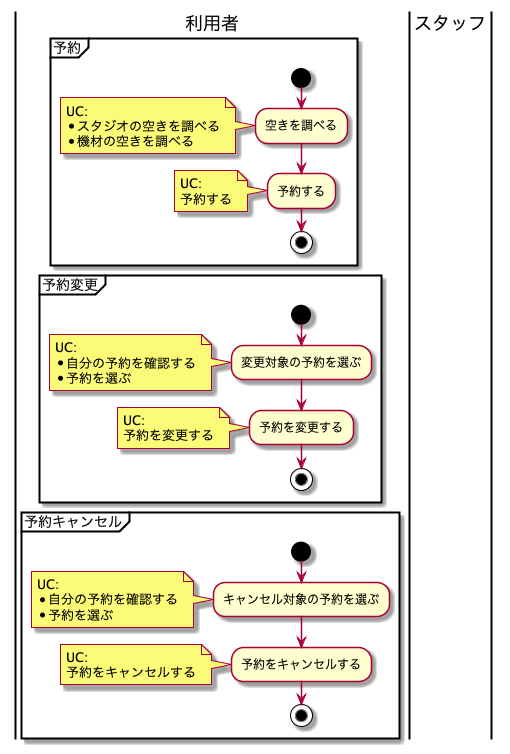
TakashiOnawa/ddd-practice-studio-reservation keeps this PlantUML diagram as modeling/BusinessFlow_予約_WEB予約/BusinessFlow.png. Above is the earlier version.
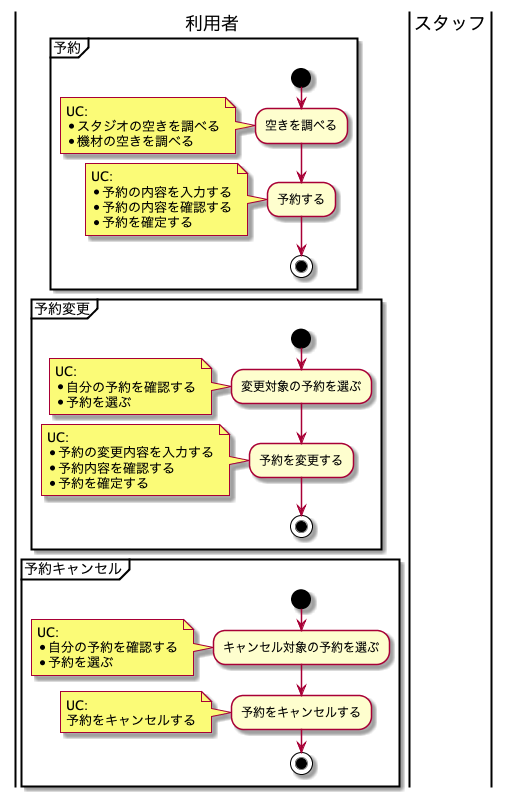
The same file after the commit.

The edit, as a diff of the source:
```diff
@@ -13,7 +13,9 @@
     :予約する;
     note left
     UC:
-    予約する
+    * 予約の内容を入力する
+    * 予約の内容を確認する
+    * 予約を確定する
     end note
     stop
 }
@@ -32,7 +34,9 @@
     :予約を変更する;
     note left
     UC:
-    予約を変更する
+    * 予約の変更内容を入力する
+    * 予約内容を確認する
+    * 予約を確定する
     end note
     stop
 }
```
